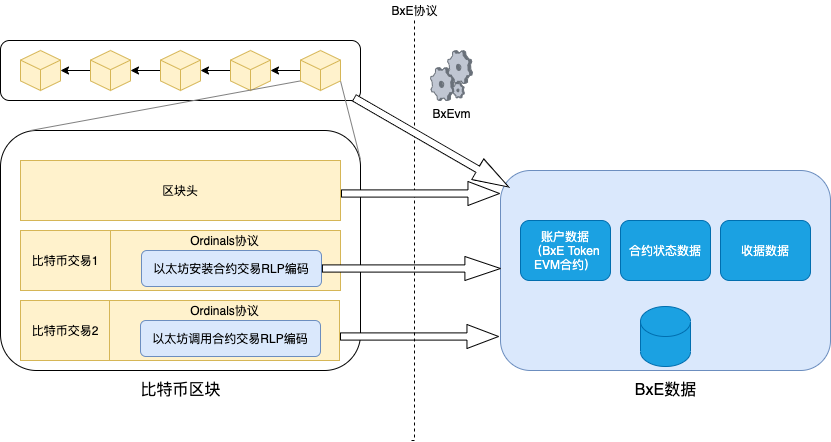
Above: image/BxEvm.png in bxelab/whitepaper (draw.io), before the change. Source tidied: cells renumbered, new cells last; positions are measured from the earlier drawing's top-left corner, leaving out a move shared by most shapes.
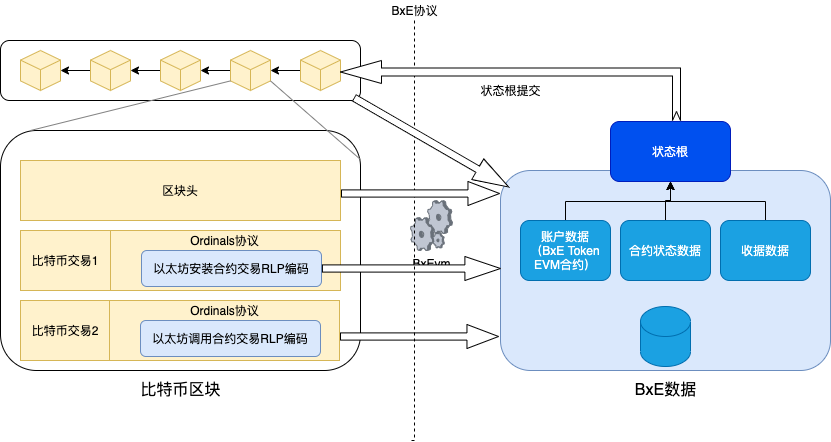
After the change.

Change to the diagram source:
```diff
@@ -29,18 +29,37 @@
     <mxCell id="10" value="区块头" style="rounded=0;whiteSpace=wrap;html=1;fillColor=#fff2cc;strokeColor=#d6b656;" parent="1" vertex="1">
       <mxGeometry x="20" y="160" width="320" height="60" as="geometry" />
     </mxCell>
+    <mxCell id="38" style="edgeStyle=orthogonalEdgeStyle;rounded=0;jettySize=auto;html=1;" parent="1" edge="1" source="11" target="41">
+      <mxGeometry relative="1" as="geometry">
+        <Array as="points">
+          <mxPoint x="565" y="201" />
+          <mxPoint x="670" y="201" />
+        </Array>
+      </mxGeometry>
+    </mxCell>
     <mxCell id="11" value="账户数据&lt;br&gt;（BxE Token&lt;br&gt;EVM合约）" style="rounded=1;whiteSpace=wrap;html=1;fillColor=#1ba1e2;strokeColor=#006EAF;fontColor=#ffffff;" parent="1" vertex="1">
       <mxGeometry x="520" y="220" width="90" height="60" as="geometry" />
     </mxCell>
     <mxCell id="12" value="BxEvm" style="verticalLabelPosition=bottom;sketch=0;html=1;verticalAlign=top;strokeColor=none;align=center;shape=mxgraph.citrix.process;" parent="1" vertex="1">
-      <mxGeometry x="430" y="50" width="41.9" height="50" as="geometry" />
+      <mxGeometry x="410" y="200" width="41.9" height="50" as="geometry" />
     </mxCell>
     <mxCell id="13" style="shape=cylinder3;whiteSpace=wrap;html=1;boundedLbl=1;backgroundOutline=1;size=15;fillColor=#1ba1e2;strokeColor=#006EAF;fontColor=#ffffff;" parent="1" vertex="1">
       <mxGeometry x="640" y="306" width="50" height="60" as="geometry" />
     </mxCell>
+    <mxCell id="39" style="edgeStyle=orthogonalEdgeStyle;rounded=0;jettySize=auto;html=1;entryX=0.5;entryY=1;entryDx=0;entryDy=0;" parent="1" edge="1" source="14" target="41">
+      <mxGeometry relative="1" as="geometry" />
+    </mxCell>
     <mxCell id="14" value="合约状态数据" style="rounded=1;whiteSpace=wrap;html=1;fillColor=#1ba1e2;strokeColor=#006EAF;fontColor=#ffffff;" parent="1" vertex="1">
       <mxGeometry x="620" y="220" width="90" height="60" as="geometry" />
     </mxCell>
+    <mxCell id="40" style="edgeStyle=orthogonalEdgeStyle;rounded=0;jettySize=auto;html=1;" parent="1" edge="1" source="15" target="41">
+      <mxGeometry relative="1" as="geometry">
+        <Array as="points">
+          <mxPoint x="765" y="201" />
+          <mxPoint x="670" y="201" />
+        </Array>
+      </mxGeometry>
+    </mxCell>
     <mxCell id="15" value="收据数据" style="rounded=1;whiteSpace=wrap;html=1;fillColor=#1ba1e2;strokeColor=#006EAF;fontColor=#ffffff;" parent="1" vertex="1">
       <mxGeometry x="720" y="220" width="90" height="60" as="geometry" />
     </mxCell>
@@ -99,12 +118,12 @@
     <mxCell id="31" style="edgeStyle=none;rounded=0;jettySize=auto;html=1;entryX=1;entryY=0.5;entryDx=0;entryDy=0;entryPerimeter=0;fontSize=12;startArrow=none;startFill=0;endArrow=classic;endFill=1;strokeWidth=1;" parent="1" edge="1" source="34" target="30">
       <mxGeometry relative="1" as="geometry" />
     </mxCell>
-    <mxCell id="32" style="rounded=0;jettySize=auto;html=1;fontSize=12;startArrow=none;startFill=0;endArrow=none;endFill=0;strokeWidth=1;exitX=0;exitY=0;exitDx=0;exitDy=30.39684963679536;exitPerimeter=0;strokeColor=#808080;" parent="1" edge="1" source="34">
+    <mxCell id="32" style="rounded=0;jettySize=auto;html=1;fontSize=12;startArrow=none;startFill=0;endArrow=none;endFill=0;strokeWidth=1;exitX=0;exitY=0;exitDx=0;exitDy=30.39684963679536;exitPerimeter=0;strokeColor=#808080;" parent="1" edge="1" source="30">
       <mxGeometry relative="1" as="geometry">
         <mxPoint x="30" y="130" as="targetPoint" />
       </mxGeometry>
     </mxCell>
-    <mxCell id="33" style="edgeStyle=none;rounded=0;jettySize=auto;html=1;entryX=1;entryY=0.121;entryDx=0;entryDy=0;entryPerimeter=0;fontSize=12;startArrow=none;startFill=0;endArrow=none;endFill=0;strokeWidth=1;exitX=0;exitY=0;exitDx=40;exitDy=30.39684963679536;exitPerimeter=0;strokeColor=#808080;" parent="1" edge="1" source="34" target="3">
+    <mxCell id="33" style="edgeStyle=none;rounded=0;jettySize=auto;html=1;entryX=1;entryY=0.121;entryDx=0;entryDy=0;entryPerimeter=0;fontSize=12;startArrow=none;startFill=0;endArrow=none;endFill=0;strokeWidth=1;exitX=0;exitY=0;exitDx=40;exitDy=30.39684963679536;exitPerimeter=0;strokeColor=#808080;" parent="1" edge="1" source="30" target="3">
       <mxGeometry relative="1" as="geometry" />
     </mxCell>
     <mxCell id="34" style="whiteSpace=wrap;html=1;shape=mxgraph.basic.isocube;isoAngle=15;fontSize=12;fillColor=#fff2cc;strokeColor=#d6b656;" parent="1" vertex="1">
@@ -119,5 +138,11 @@
     <mxCell id="37" value="BxE协议" style="text;html=1;align=center;verticalAlign=middle;points=[];strokeColor=none;fillColor=none;" parent="1" vertex="1">
       <mxGeometry x="384" width="60" height="20" as="geometry" />
     </mxCell>
+    <mxCell id="41" value="状态根" style="rounded=1;whiteSpace=wrap;html=1;fillColor=#0050ef;strokeColor=#001DBC;fontColor=#ffffff;" parent="1" vertex="1">
+      <mxGeometry x="610" y="121" width="120" height="60" as="geometry" />
+    </mxCell>
+    <mxCell id="42" value="状态根提交" style="html=1;shadow=0;dashed=0;align=center;verticalAlign=middle;shape=mxgraph.arrows2.bendArrow;dy=4;dx=41;notch=9;arrowHead=23;rounded=0;direction=east;flipH=1;" parent="1" vertex="1">
+      <mxGeometry x="340" y="60" width="340" height="60" as="geometry" />
+    </mxCell>
   </root>
 </mxGraphModel>
```
